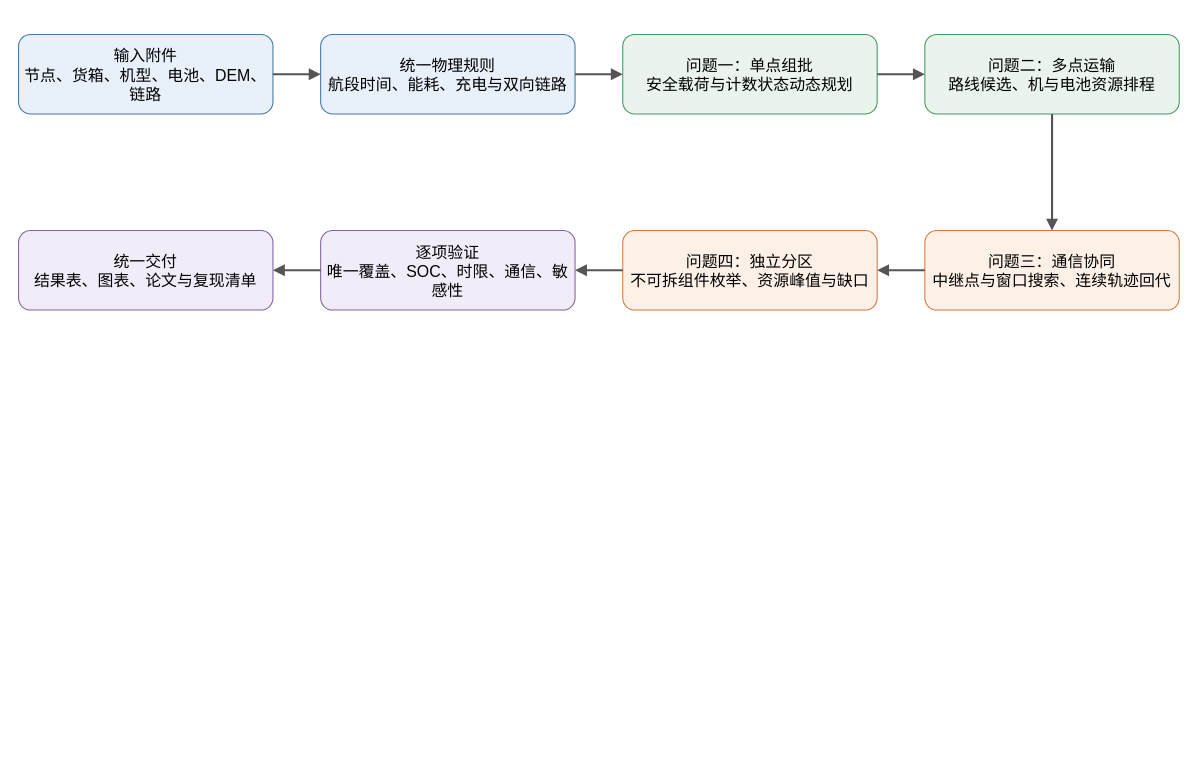
This is figures/fig_roadmap.drawio from ShenY-CN/hw, a draw.io file, before an edit. Source tidied: cells renumbered, new cells numbered last; positions are measured from the earlier drawing's top-left corner, leaving out a move shared by most shapes. Both pictures are drawn from the tidied source at 106%, with x=0, y=0 at pixel (18, 34).
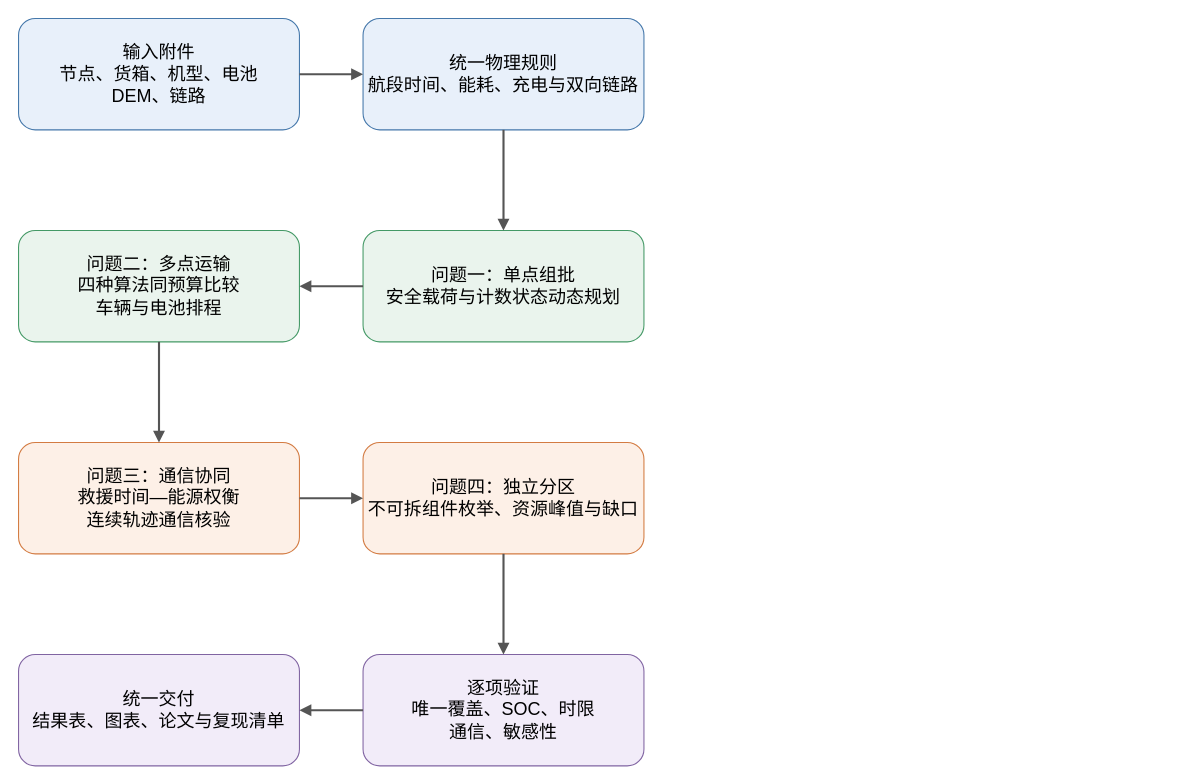
The same diagram, later.

What changed in the source:
```diff
@@
 <mxGraphModel>
   <root>
     <mxCell id="0" />
     <mxCell id="1" parent="0" />
-    <mxCell id="2" value="输入附件&lt;br&gt;节点、货箱、机型、电池、DEM、链路" style="rounded=1;whiteSpace=wrap;html=1;fillColor=#E8F0FA;strokeColor=#4477AA;fontSize=15;fontFamily=PingFang SC;" parent="1" vertex="1">
-      <mxGeometry width="240" height="75" as="geometry" />
+    <mxCell id="2" value="输入附件&lt;br&gt;节点、货箱、机型、电池&lt;br&gt;DEM、链路" style="rounded=1;whiteSpace=wrap;html=1;fillColor=#E8F0FA;strokeColor=#4477AA;fontSize=17;fontFamily=PingFang SC;" parent="1" vertex="1">
+      <mxGeometry y="-15" width="265" height="105" as="geometry" />
     </mxCell>
-    <mxCell id="3" value="统一物理规则&lt;br&gt;航段时间、能耗、充电与双向链路" style="rounded=1;whiteSpace=wrap;html=1;fillColor=#E8F0FA;strokeColor=#4477AA;fontSize=15;fontFamily=PingFang SC;" parent="1" vertex="1">
-      <mxGeometry x="285" width="240" height="75" as="geometry" />
+    <mxCell id="3" value="统一物理规则&lt;br&gt;航段时间、能耗、充电与双向链路" style="rounded=1;whiteSpace=wrap;html=1;fillColor=#E8F0FA;strokeColor=#4477AA;fontSize=17;fontFamily=PingFang SC;" parent="1" vertex="1">
+      <mxGeometry x="325" y="-15" width="265" height="105" as="geometry" />
     </mxCell>
-    <mxCell id="4" value="问题一：单点组批&lt;br&gt;安全载荷与计数状态动态规划" style="rounded=1;whiteSpace=wrap;html=1;fillColor=#EAF4ED;strokeColor=#449966;fontSize=15;fontFamily=PingFang SC;" parent="1" vertex="1">
-      <mxGeometry x="570" width="240" height="75" as="geometry" />
+    <mxCell id="4" value="问题一：单点组批&lt;br&gt;安全载荷与计数状态动态规划" style="rounded=1;whiteSpace=wrap;html=1;fillColor=#EAF4ED;strokeColor=#449966;fontSize=17;fontFamily=PingFang SC;" parent="1" vertex="1">
+      <mxGeometry x="325" y="185" width="265" height="105" as="geometry" />
     </mxCell>
-    <mxCell id="5" value="问题二：多点运输&lt;br&gt;路线候选、机与电池资源排程" style="rounded=1;whiteSpace=wrap;html=1;fillColor=#EAF4ED;strokeColor=#449966;fontSize=15;fontFamily=PingFang SC;" parent="1" vertex="1">
-      <mxGeometry x="855" width="240" height="75" as="geometry" />
+    <mxCell id="5" value="问题二：多点运输&lt;br&gt;四种算法同预算比较&lt;br&gt;车辆与电池排程" style="rounded=1;whiteSpace=wrap;html=1;fillColor=#EAF4ED;strokeColor=#449966;fontSize=17;fontFamily=PingFang SC;" parent="1" vertex="1">
+      <mxGeometry y="185" width="265" height="105" as="geometry" />
     </mxCell>
-    <mxCell id="6" value="问题三：通信协同&lt;br&gt;中继点与窗口搜索、连续轨迹回代" style="rounded=1;whiteSpace=wrap;html=1;fillColor=#FDF0E7;strokeColor=#D37B42;fontSize=15;fontFamily=PingFang SC;" parent="1" vertex="1">
-      <mxGeometry x="855" y="185" width="240" height="75" as="geometry" />
+    <mxCell id="6" value="问题三：通信协同&lt;br&gt;救援时间—能源权衡&lt;br&gt;连续轨迹通信核验" style="rounded=1;whiteSpace=wrap;html=1;fillColor=#FDF0E7;strokeColor=#D37B42;fontSize=17;fontFamily=PingFang SC;" parent="1" vertex="1">
+      <mxGeometry y="385" width="265" height="105" as="geometry" />
     </mxCell>
-    <mxCell id="7" value="问题四：独立分区&lt;br&gt;不可拆组件枚举、资源峰值与缺口" style="rounded=1;whiteSpace=wrap;html=1;fillColor=#FDF0E7;strokeColor=#D37B42;fontSize=15;fontFamily=PingFang SC;" parent="1" vertex="1">
-      <mxGeometry x="570" y="185" width="240" height="75" as="geometry" />
+    <mxCell id="7" value="问题四：独立分区&lt;br&gt;不可拆组件枚举、资源峰值与缺口" style="rounded=1;whiteSpace=wrap;html=1;fillColor=#FDF0E7;strokeColor=#D37B42;fontSize=17;fontFamily=PingFang SC;" parent="1" vertex="1">
+      <mxGeometry x="325" y="385" width="265" height="105" as="geometry" />
     </mxCell>
-    <mxCell id="8" value="逐项验证&lt;br&gt;唯一覆盖、SOC、时限、通信、敏感性" style="rounded=1;whiteSpace=wrap;html=1;fillColor=#F2ECF9;strokeColor=#8064A2;fontSize=15;fontFamily=PingFang SC;" parent="1" vertex="1">
-      <mxGeometry x="285" y="185" width="240" height="75" as="geometry" />
+    <mxCell id="8" value="逐项验证&lt;br&gt;唯一覆盖、SOC、时限&lt;br&gt;通信、敏感性" style="rounded=1;whiteSpace=wrap;html=1;fillColor=#F2ECF9;strokeColor=#8064A2;fontSize=17;fontFamily=PingFang SC;" parent="1" vertex="1">
+      <mxGeometry x="325" y="585" width="265" height="105" as="geometry" />
     </mxCell>
-    <mxCell id="9" value="统一交付&lt;br&gt;结果表、图表、论文与复现清单" style="rounded=1;whiteSpace=wrap;html=1;fillColor=#F2ECF9;strokeColor=#8064A2;fontSize=15;fontFamily=PingFang SC;" parent="1" vertex="1">
-      <mxGeometry y="185" width="240" height="75" as="geometry" />
+    <mxCell id="9" value="统一交付&lt;br&gt;结果表、图表、论文与复现清单" style="rounded=1;whiteSpace=wrap;html=1;fillColor=#F2ECF9;strokeColor=#8064A2;fontSize=17;fontFamily=PingFang SC;" parent="1" vertex="1">
+      <mxGeometry y="585" width="265" height="105" as="geometry" />
     </mxCell>
     <mxCell id="10" style="edgeStyle=orthogonalEdgeStyle;rounded=0;html=1;endArrow=block;endFill=1;strokeColor=#555555;strokeWidth=2;" parent="1" edge="1" source="2" target="3">
       <mxGeometry relative="1" as="geometry" />
     </mxCell>
     <mxCell id="11" style="edgeStyle=orthogonalEdgeStyle;rounded=0;html=1;endArrow=block;endFill=1;strokeColor=#555555;strokeWidth=2;" parent="1" edge="1" source="3" target="4">
       <mxGeometry relative="1" as="geometry" />
     </mxCell>
     <mxCell id="12" style="edgeStyle=orthogonalEdgeStyle;rounded=0;html=1;endArrow=block;endFill=1;strokeColor=#555555;strokeWidth=2;" parent="1" edge="1" source="4" target="5">
       <mxGeometry relative="1" as="geometry" />
     </mxCell>
     <mxCell id="13" style="edgeStyle=orthogonalEdgeStyle;rounded=0;html=1;endArrow=block;endFill=1;strokeColor=#555555;strokeWidth=2;" parent="1" edge="1" source="5" target="6">
       <mxGeometry relative="1" as="geometry" />
     </mxCell>
     <mxCell id="14" style="edgeStyle=orthogonalEdgeStyle;rounded=0;html=1;endArrow=block;endFill=1;strokeColor=#555555;strokeWidth=2;" parent="1" edge="1" source="6" target="7">
       <mxGeometry relative="1" as="geometry" />
     </mxCell>
     <mxCell id="15" style="edgeStyle=orthogonalEdgeStyle;rounded=0;html=1;endArrow=block;endFill=1;strokeColor=#555555;strokeWidth=2;" parent="1" edge="1" source="7" target="8">
       <mxGeometry relative="1" as="geometry" />
     </mxCell>
     <mxCell id="16" style="edgeStyle=orthogonalEdgeStyle;rounded=0;html=1;endArrow=block;endFill=1;strokeColor=#555555;strokeWidth=2;" parent="1" edge="1" source="8" target="9">
       <mxGeometry relative="1" as="geometry" />
     </mxCell>
   </root>
 </mxGraphModel>
```
